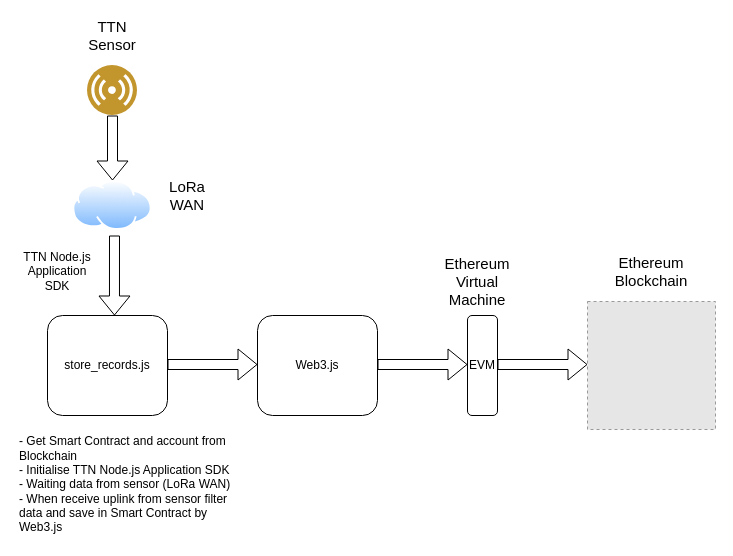
Earlier version of the draw.io diagram ttn-to-blockchain_ttnNodeApplication.drawio (marcoaureliosequeira/ttn-to-blockchain). Source tidied: cells renumbered, new cells numbered last; positions are measured from the earlier drawing's top-left corner, leaving out a move shared by most shapes. Both pictures are drawn from the tidied source at 100%, with x=0, y=0 at pixel (17, 25). Pictures stored in the file or linked from it are replaced by grey dashed boxes.
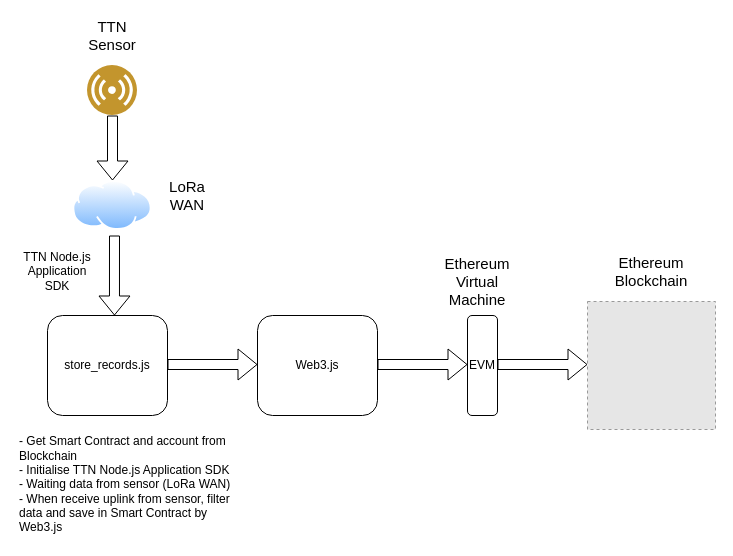
Above is the later version.

Diff of the diagram source:
```diff
@@
-    <mxCell id="9" value="- Get Smart Contract and account from Blockchain&lt;br style=&quot;font-size: 12px;&quot;&gt;- Initialise TTN Node.js Application SDK&lt;br style=&quot;font-size: 12px;&quot;&gt;- Waiting data from sensor (LoRa WAN)&lt;br style=&quot;font-size: 12px;&quot;&gt;- When receive uplink from sensor filter data and save in Smart Contract by Web3.js" style="text;html=1;strokeColor=none;fillColor=none;align=left;verticalAlign=middle;whiteSpace=wrap;rounded=0;fontSize=12;" parent="1" vertex="1">
+    <mxCell id="9" value="- Get Smart Contract and account from Blockchain&lt;br style=&quot;font-size: 12px&quot;&gt;- Initialise TTN Node.js Application SDK&lt;br style=&quot;font-size: 12px&quot;&gt;- Waiting data from sensor (LoRa WAN)&lt;br style=&quot;font-size: 12px&quot;&gt;- When receive uplink from sensor, filter data and save in Smart Contract by Web3.js" style="text;html=1;strokeColor=none;fillColor=none;align=left;verticalAlign=middle;whiteSpace=wrap;rounded=0;fontSize=12;" parent="1" vertex="1">
       <mxGeometry y="404" width="220" height="110" as="geometry" />
     </mxCell>
```
